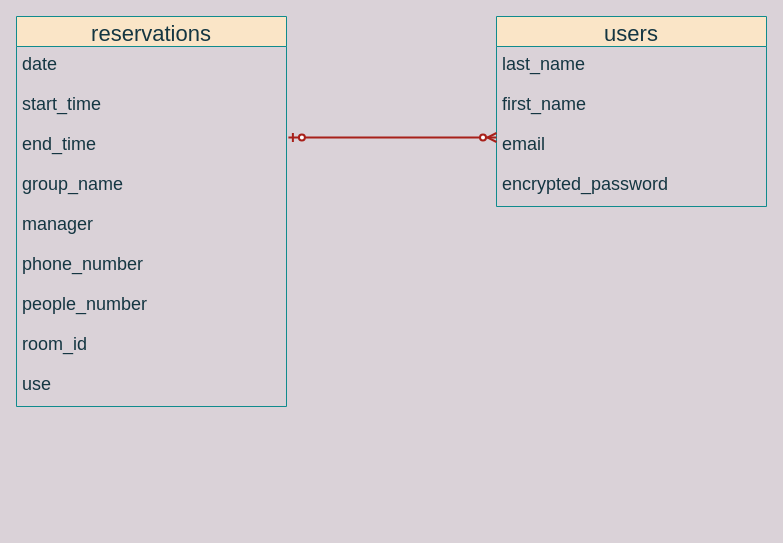
Above: gjden.dio in rieco-y/gjden (draw.io), before the change. Source tidied: cells renumbered, new cells numbered last; positions are measured from the earlier drawing's top-left corner, leaving out a move shared by most shapes. Both pictures are drawn from the tidied source at 100%, with x=0, y=0 at pixel (16, 16).
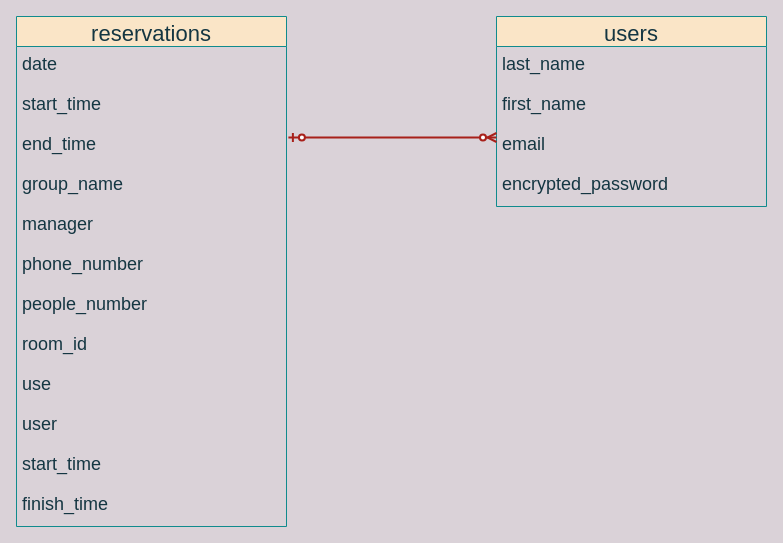
After the change.

Change to the diagram source:
```diff
@@
     <mxCell id="7" value="reservations" style="swimlane;fontStyle=0;horizontal=1;startSize=30;align=center;fontSize=22;fillColor=#FAE5C7;strokeColor=#0F8B8D;fontColor=#143642;spacing=4;glass=0;" parent="1" vertex="1">
-      <mxGeometry width="270" height="390" as="geometry" />
+      <mxGeometry width="270" height="510" as="geometry" />
     </mxCell>
@@
+    <mxCell id="18" value="use" style="text;strokeColor=none;fillColor=none;spacingLeft=4;spacingRight=4;overflow=hidden;fontSize=18;fontColor=#143642;" parent="7" vertex="1">
+      <mxGeometry y="350" width="270" height="40" as="geometry" />
+    </mxCell>
+    <mxCell id="19" value="user" style="text;strokeColor=none;fillColor=none;spacingLeft=4;spacingRight=4;overflow=hidden;fontSize=18;fontColor=#143642;" parent="7" vertex="1">
+      <mxGeometry y="390" width="270" height="40" as="geometry" />
+    </mxCell>
+    <mxCell id="20" value="start_time" style="text;strokeColor=none;fillColor=none;spacingLeft=4;spacingRight=4;overflow=hidden;fontSize=18;fontColor=#143642;" parent="7" vertex="1">
+      <mxGeometry y="430" width="270" height="40" as="geometry" />
+    </mxCell>
-    <mxCell id="16" value="use" style="text;strokeColor=none;fillColor=none;spacingLeft=4;spacingRight=4;overflow=hidden;fontSize=18;fontColor=#143642;" parent="7" vertex="1">
-      <mxGeometry y="350" width="270" height="40" as="geometry" />
+    <mxCell id="16" value="finish_time" style="text;strokeColor=none;fillColor=none;spacingLeft=4;spacingRight=4;overflow=hidden;fontSize=18;fontColor=#143642;" parent="7" vertex="1">
+      <mxGeometry y="470" width="270" height="40" as="geometry" />
     </mxCell>
```
